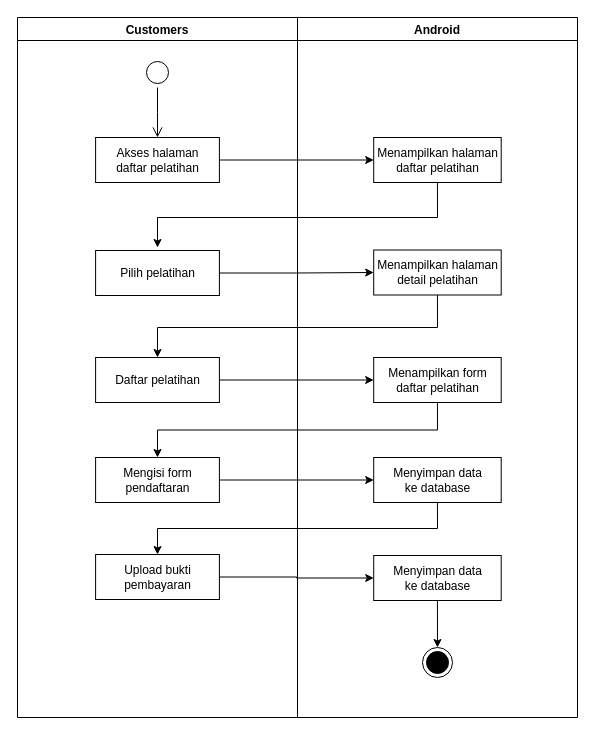
The draw.io diagram Dokumen TA/Diagram/activity_diagram/user/user daftar pelatihan.drawio in secondline16/ptsuryasafetynusantara, before the edit. Source tidied: cells renumbered, new cells numbered last; positions are measured from the earlier drawing's top-left corner, leaving out a move shared by most shapes. Both pictures are drawn from the tidied source at 100%, with x=0, y=0 at pixel (17, 17).
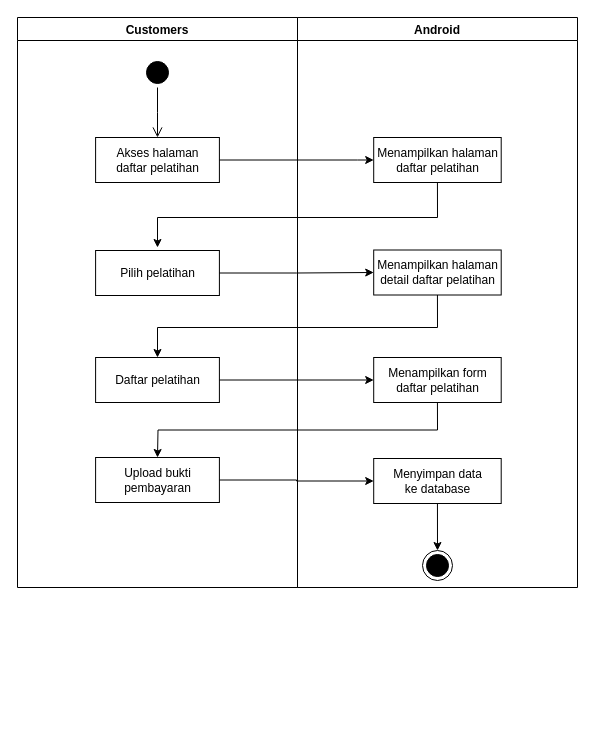
After the change.

Unchanged cells that the change refers to:
```xml
<mxCell id="6" value="Menampilkan form&lt;br&gt;daftar pelatihan" style="html=1;strokeColor=#000000;fillColor=default;" parent="2" vertex="1">
  <mxGeometry x="76.2" y="340" width="127.5" height="45" as="geometry" />
</mxCell>
```

The edit, as a diff of the source:
```diff
@@
     <mxCell id="2" value="Android" style="swimlane;fillColor=none;" parent="1" vertex="1">
-      <mxGeometry x="280" width="280" height="700" as="geometry" />
+      <mxGeometry x="280" width="280" height="570" as="geometry" />
     </mxCell>
@@
     <mxCell id="4" style="ellipse;html=1;shape=endState;fillColor=#000000;strokeColor=#000000;" parent="2" vertex="1">
-      <mxGeometry x="125" y="630" width="30" height="30" as="geometry" />
+      <mxGeometry x="125" y="533" width="30" height="30" as="geometry" />
     </mxCell>
-    <mxCell id="5" value="Menampilkan halaman&lt;br&gt;detail pelatihan" style="html=1;strokeColor=#000000;fillColor=default;" parent="2" vertex="1">
+    <mxCell id="5" value="Menampilkan halaman&lt;br&gt;detail daftar pelatihan" style="html=1;strokeColor=#000000;fillColor=default;" parent="2" vertex="1">
       <mxGeometry x="76.2" y="232.5" width="127.5" height="45" as="geometry" />
     </mxCell>
@@
-    <mxCell id="7" value="Menyimpan data&lt;br&gt;ke database" style="html=1;strokeColor=#000000;fillColor=default;" parent="2" vertex="1">
-      <mxGeometry x="76.2" y="440" width="127.5" height="45" as="geometry" />
-    </mxCell>
@@
     <mxCell id="9" value="Menyimpan data&lt;br&gt;ke database" style="html=1;strokeColor=#000000;fillColor=default;" parent="2" vertex="1">
-      <mxGeometry x="76.2" y="538" width="127.5" height="45" as="geometry" />
+      <mxGeometry x="76.2" y="441" width="127.5" height="45" as="geometry" />
     </mxCell>
     <mxCell id="10" value="Customers" style="swimlane;fillColor=none;startSize=23;" parent="1" vertex="1">
-      <mxGeometry width="280" height="700" as="geometry" />
+      <mxGeometry width="280" height="570" as="geometry" />
     </mxCell>
-    <mxCell id="11" style="ellipse;html=1;shape=startState;fillColor=default;strokeColor=#000000;" parent="10" vertex="1">
+    <mxCell id="11" style="ellipse;html=1;shape=startState;fillColor=#000000;strokeColor=#000000;" parent="10" vertex="1">
       <mxGeometry x="125" y="40" width="30" height="30" as="geometry" />
     </mxCell>
@@
     <mxCell id="15" value="Upload bukti&lt;br&gt;pembayaran" style="html=1;strokeColor=#000000;fillColor=default;" parent="10" vertex="1">
-      <mxGeometry x="78.1" y="537" width="123.8" height="45" as="geometry" />
+      <mxGeometry x="78.1" y="440" width="123.8" height="45" as="geometry" />
     </mxCell>
@@
-    <mxCell id="17" value="Mengisi form&lt;br&gt;pendaftaran" style="html=1;strokeColor=#000000;fillColor=default;" parent="10" vertex="1">
-      <mxGeometry x="78.1" y="440" width="123.8" height="45" as="geometry" />
-    </mxCell>
@@
-    <mxCell id="22" style="edgeStyle=orthogonalEdgeStyle;rounded=0;jettySize=auto;html=1;exitX=0.5;exitY=1;exitDx=0;exitDy=0;entryX=0.5;entryY=0;entryDx=0;entryDy=0;" parent="1" edge="1" source="7" target="15">
-      <mxGeometry relative="1" as="geometry" />
-    </mxCell>
@@
-    <mxCell id="25" style="edgeStyle=orthogonalEdgeStyle;rounded=0;jettySize=auto;html=1;exitX=0.5;exitY=1;exitDx=0;exitDy=0;entryX=0.5;entryY=0;entryDx=0;entryDy=0;" parent="1" edge="1" source="6" target="17">
-      <mxGeometry relative="1" as="geometry" />
+    <mxCell id="25" style="edgeStyle=orthogonalEdgeStyle;rounded=0;jettySize=auto;html=1;exitX=0.5;exitY=1;exitDx=0;exitDy=0;entryX=0.5;entryY=0;entryDx=0;entryDy=0;" parent="1" edge="1" source="6">
+      <mxGeometry relative="1" as="geometry">
+        <mxPoint x="140" y="440" as="targetPoint" />
+      </mxGeometry>
     </mxCell>
-    <mxCell id="26" style="edgeStyle=orthogonalEdgeStyle;rounded=0;jettySize=auto;html=1;exitX=1;exitY=0.5;exitDx=0;exitDy=0;entryX=0;entryY=0.5;entryDx=0;entryDy=0;" parent="1" edge="1" source="17" target="7">
-      <mxGeometry relative="1" as="geometry" />
-    </mxCell>
```
